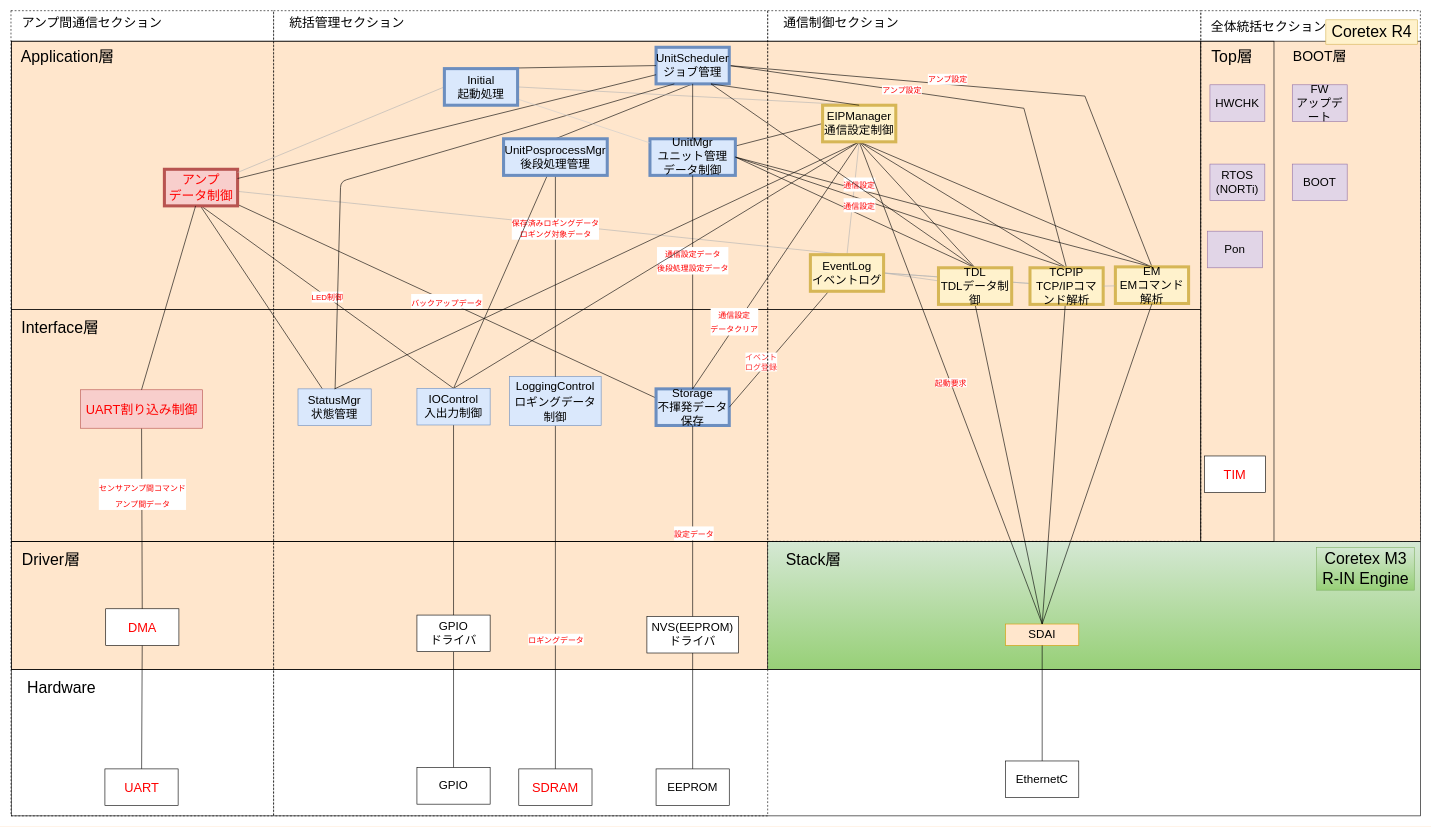
Above: page "RevG_NewスマNWU静的構造_完全版" (1 of 4) of NWユニット_アーキテクチャ図.drawio in YutaSuzukiGARI/nwunit (draw.io), before the change. Source tidied: cells renumbered, new cells numbered last; positions are measured from the earlier drawing's top-left corner, leaving out a move shared by most shapes. Both pictures are drawn from the tidied source at 61%, with x=0, y=0 at pixel (11, 10).
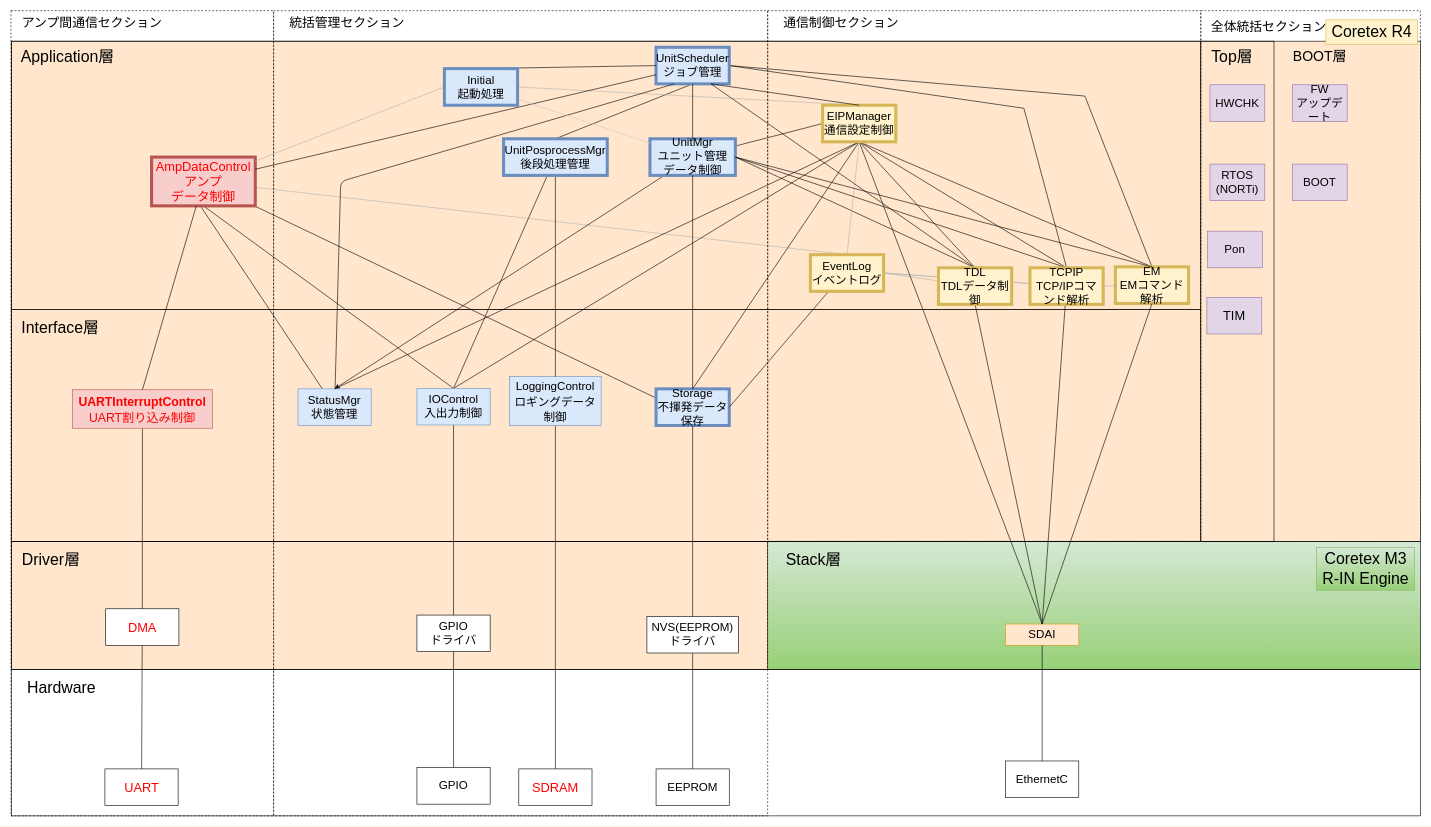
Above is the later version.

The change refers to these unchanged cells:
```xml
<mxCell id="17" style="edgeStyle=none;rounded=0;jettySize=auto;html=1;entryX=0.5;entryY=0;entryDx=0;entryDy=0;endArrow=none;endFill=0;exitX=1;exitY=0.5;exitDx=0;exitDy=0;fontSize=19;strokeColor=default;labelBackgroundColor=default;fontColor=default;" parent="1" edge="1" source="31" target="103">
  <mxGeometry relative="1" as="geometry">
    <Array as="points">
      <mxPoint x="1660" y="160" />
    </Array>
  </mxGeometry>
</mxCell>
<mxCell id="21" value="UnitMgr&lt;br style=&quot;font-size: 19px&quot;&gt;ユニット管理&lt;br&gt;データ制御" style="rounded=0;whiteSpace=wrap;html=1;fillColor=#dae8fc;strokeColor=#6c8ebf;fontSize=19;strokeWidth=5;fontColor=default;" parent="1" vertex="1">
  <mxGeometry x="1047" y="210" width="140" height="60" as="geometry" />
</mxCell>
<mxCell id="22" value="StatusMgr&lt;br style=&quot;font-size: 19px&quot;&gt;状態管理" style="rounded=0;whiteSpace=wrap;html=1;fillColor=#dae8fc;strokeColor=#6c8ebf;fontSize=19;fontColor=default;" parent="1" vertex="1">
  <mxGeometry x="470" y="620" width="120" height="60" as="geometry" />
</mxCell>
<mxCell id="27" value="EM&lt;br style=&quot;font-size: 19px;&quot;&gt;EMコマンド解析" style="rounded=0;whiteSpace=wrap;html=1;fillColor=#fff2cc;strokeColor=#d6b656;fontSize=19;strokeWidth=5;fontColor=default;" parent="1" vertex="1">
  <mxGeometry x="1810" y="420" width="120" height="60" as="geometry" />
</mxCell>
<mxCell id="28" value="SDAI" style="rounded=0;whiteSpace=wrap;html=1;fillColor=#ffe6cc;strokeColor=#d79b00;fontSize=19;fontColor=default;" parent="1" vertex="1">
  <mxGeometry x="1630" y="1005.5" width="120" height="35" as="geometry" />
</mxCell>
<mxCell id="29" value="Storage&lt;br style=&quot;font-size: 19px&quot;&gt;不揮発データ保存" style="rounded=0;whiteSpace=wrap;html=1;fillColor=#dae8fc;strokeColor=#6c8ebf;fontSize=19;strokeWidth=5;fontColor=default;" parent="1" vertex="1">
  <mxGeometry x="1057" y="620" width="120" height="60" as="geometry" />
</mxCell>
<mxCell id="31" value="UnitScheduler&lt;br style=&quot;font-size: 19px;&quot;&gt;ジョブ管理" style="rounded=0;whiteSpace=wrap;html=1;fillColor=#dae8fc;strokeColor=#6c8ebf;fontSize=19;strokeWidth=5;" parent="1" vertex="1">
  <mxGeometry x="1057" y="60" width="120" height="60" as="geometry" />
</mxCell>
<mxCell id="37" style="endArrow=none;html=1;endFill=0;fontSize=19;" parent="1" edge="1" source="29" target="36">
  <mxGeometry relative="1" as="geometry" />
</mxCell>
<mxCell id="58" style="edgeStyle=none;rounded=0;jettySize=auto;html=1;endArrow=none;endFill=0;fontSize=21;" parent="1" edge="1" source="60" target="65">
  <mxGeometry relative="1" as="geometry" />
</mxCell>
<mxCell id="60" value="&lt;font style=&quot;font-size: 19px&quot;&gt;LoggingControl&lt;br&gt;ロギングデータ&lt;br&gt;制御&lt;/font&gt;" style="rounded=0;whiteSpace=wrap;html=1;fillColor=#dae8fc;strokeColor=#6c8ebf;fontSize=21;" parent="1" vertex="1">
  <mxGeometry x="817" y="600" width="150" height="80" as="geometry" />
</mxCell>
<mxCell id="61" style="edgeStyle=none;rounded=0;jettySize=auto;html=1;endArrow=none;endFill=0;fontSize=21;" parent="1" edge="1" source="51" target="72">
  <mxGeometry relative="1" as="geometry" />
</mxCell>
<mxCell id="85" value="EventLog&lt;br&gt;イベントログ" style="rounded=0;whiteSpace=wrap;html=1;fillColor=#fff2cc;strokeColor=#d6b656;fontSize=19;strokeWidth=5;fontColor=default;" parent="1" vertex="1">
  <mxGeometry x="1310" y="400" width="120" height="60" as="geometry" />
</mxCell>
<mxCell id="90" value="UnitPosprocessMgr&lt;br&gt;後段処理管理" style="rounded=0;whiteSpace=wrap;html=1;fillColor=#dae8fc;strokeColor=#6c8ebf;fontSize=19;strokeWidth=5;fontColor=default;" parent="1" vertex="1">
  <mxGeometry x="807" y="210" width="170" height="60" as="geometry" />
</mxCell>
<mxCell id="96" value="EIPManager&lt;br style=&quot;font-size: 19px;&quot;&gt;通信設定制御" style="rounded=0;whiteSpace=wrap;html=1;fillColor=#fff2cc;strokeColor=#d6b656;fontSize=19;strokeWidth=5;fontColor=default;" parent="1" vertex="1">
  <mxGeometry x="1330" y="155" width="120" height="60" as="geometry" />
</mxCell>
<mxCell id="103" value="&lt;font style=&quot;font-size: 19px;&quot;&gt;TCPIP&lt;br style=&quot;font-size: 19px;&quot;&gt;TCP/IPコマンド解析&lt;/font&gt;" style="rounded=0;whiteSpace=wrap;html=1;fillColor=#fff2cc;strokeColor=#d6b656;fontSize=19;strokeWidth=5;fontColor=default;" parent="1" vertex="1">
  <mxGeometry x="1670" y="421.5" width="120" height="60" as="geometry" />
</mxCell>
<mxCell id="109" value="IOControl&lt;br style=&quot;font-size: 19px&quot;&gt;入出力制御" style="rounded=0;whiteSpace=wrap;html=1;fillColor=#dae8fc;strokeColor=#6c8ebf;fontSize=19;fontColor=default;" parent="1" vertex="1">
  <mxGeometry x="665" y="619.2" width="120" height="60" as="geometry" />
</mxCell>
```

Diff of the diagram source:
```diff
@@
-    <mxCell id="13" value="&lt;font color=&quot;#ff0000&quot; style=&quot;font-size: 13px&quot;&gt;LED制御&lt;/font&gt;" style="edgeStyle=none;rounded=0;jettySize=auto;html=1;entryX=0.5;entryY=0;entryDx=0;entryDy=0;fontSize=15;fontColor=#CC0000;endArrow=none;endFill=0;strokeColor=#000000;exitX=0.5;exitY=1;exitDx=0;exitDy=0;labelBackgroundColor=default;" parent="1" edge="1" source="16" target="109">
+    <mxCell id="13" style="edgeStyle=none;rounded=0;jettySize=auto;html=1;entryX=0.5;entryY=0;entryDx=0;entryDy=0;fontSize=15;fontColor=#CC0000;endArrow=none;endFill=0;strokeColor=#000000;exitX=0.5;exitY=1;exitDx=0;exitDy=0;labelBackgroundColor=default;" parent="1" edge="1" source="16" target="109">
       <mxGeometry relative="1" as="geometry" />
     </mxCell>
@@
-    <mxCell id="15" value="&lt;font color=&quot;#ff0000&quot; style=&quot;font-size: 13px&quot;&gt;バックアップデータ&lt;/font&gt;" style="edgeStyle=none;rounded=0;jettySize=auto;html=1;entryX=0;entryY=0.25;entryDx=0;entryDy=0;labelBackgroundColor=default;fontSize=20;fontColor=default;endArrow=none;endFill=0;strokeColor=default;" parent="1" edge="1" source="16" target="29">
-      <mxGeometry relative="1" as="geometry" />
+    <mxCell id="15" style="edgeStyle=none;rounded=0;jettySize=auto;html=1;entryX=0;entryY=0.25;entryDx=0;entryDy=0;labelBackgroundColor=default;fontSize=20;fontColor=default;endArrow=none;endFill=0;strokeColor=default;" parent="1" edge="1" source="16" target="29">
+      <mxGeometry x="-0.07" y="-14" relative="1" as="geometry" />
     </mxCell>
-    <mxCell id="16" value="アンプ&lt;br&gt;データ制御" style="rounded=0;whiteSpace=wrap;html=1;fillColor=#f8cecc;strokeColor=#b85450;fontColor=#FF0000;fontSize=21;strokeWidth=5;" parent="1" vertex="1">
-      <mxGeometry x="251" y="260" width="120" height="60" as="geometry" />
+    <mxCell id="16" value="AmpDataControl&lt;br&gt;アンプ&lt;br&gt;データ制御" style="rounded=0;whiteSpace=wrap;html=1;fillColor=#f8cecc;strokeColor=#b85450;fontColor=#FF0000;fontSize=21;strokeWidth=5;" parent="1" vertex="1">
+      <mxGeometry x="230" y="240" width="170" height="80" as="geometry" />
     </mxCell>
@@
-    <mxCell id="18" value="&lt;font style=&quot;font-size: 13px&quot;&gt;アンプ設定&lt;/font&gt;" style="edgeLabel;html=1;align=center;verticalAlign=middle;fontColor=#FF0000;labelBackgroundColor=default;" parent="17" vertex="1">
-      <mxGeometry x="-0.25" y="2" relative="1" as="geometry">
-        <mxPoint y="1" as="offset" />
-      </mxGeometry>
-    </mxCell>
@@
+    <mxCell id="111" style="rounded=0;jettySize=auto;html=1;entryX=0.5;entryY=0;entryDx=0;entryDy=0;fontSize=20;" parent="1" edge="1" source="21" target="22">
+      <mxGeometry relative="1" as="geometry" />
+    </mxCell>
@@
-    <mxCell id="25" value="&lt;font style=&quot;font-size: 13px&quot;&gt;アンプ設定&lt;/font&gt;" style="edgeStyle=none;rounded=0;jettySize=auto;html=1;exitX=0.5;exitY=0;exitDx=0;exitDy=0;entryX=1;entryY=0.5;entryDx=0;entryDy=0;fontSize=15;fontColor=#FF0000;endArrow=none;endFill=0;strokeColor=#000000;labelBackgroundColor=default;" parent="1" edge="1" source="27" target="31">
+    <mxCell id="25" style="edgeStyle=none;rounded=0;jettySize=auto;html=1;exitX=0.5;exitY=0;exitDx=0;exitDy=0;entryX=1;entryY=0.5;entryDx=0;entryDy=0;fontSize=15;fontColor=#FF0000;endArrow=none;endFill=0;strokeColor=#000000;labelBackgroundColor=default;" parent="1" edge="1" source="27" target="31">
       <mxGeometry x="0.19" y="-9" relative="1" as="geometry">
         <Array as="points">
           <mxPoint x="1760" y="140" />
         </Array>
       </mxGeometry>
     </mxCell>
@@
-    <mxCell id="38" value="&lt;font style=&quot;font-size: 13px&quot;&gt;設定データ&lt;/font&gt;" style="edgeLabel;html=1;align=center;verticalAlign=middle;fontColor=#FF0000;fontSize=19;" parent="37" vertex="1">
-      <mxGeometry x="0.15" y="5" relative="1" as="geometry">
-        <mxPoint x="-3.9" y="-3.6" as="offset" />
-      </mxGeometry>
-    </mxCell>
-    <mxCell id="39" value="&lt;font style=&quot;font-size: 13px&quot;&gt;通信設定データ&lt;br&gt;後段処理設定データ&lt;br&gt;&lt;/font&gt;" style="endArrow=none;html=1;entryX=0.5;entryY=1;entryDx=0;entryDy=0;endFill=0;fontSize=19;exitX=0.5;exitY=0;exitDx=0;exitDy=0;fontColor=#FF0000;labelBackgroundColor=default;strokeColor=default;" parent="1" edge="1" source="29" target="21">
+    <mxCell id="39" value="&lt;font style=&quot;font-size: 13px&quot;&gt;&lt;br&gt;&lt;/font&gt;" style="endArrow=none;html=1;entryX=0.5;entryY=1;entryDx=0;entryDy=0;endFill=0;fontSize=19;exitX=0.5;exitY=0;exitDx=0;exitDy=0;fontColor=#FF0000;labelBackgroundColor=default;strokeColor=default;" parent="1" edge="1" source="29" target="21">
       <mxGeometry x="0.2" relative="1" as="geometry" />
     </mxCell>
@@
-    <mxCell id="42" value="&lt;font style=&quot;font-size: 13px&quot;&gt;通信設定&lt;/font&gt;" style="endArrow=none;html=1;exitX=1;exitY=0.5;exitDx=0;exitDy=0;endFill=0;entryX=0.5;entryY=0;entryDx=0;entryDy=0;fontSize=19;strokeColor=default;labelBackgroundColor=default;fontColor=#FF0000;" parent="1" edge="1" source="21" target="27">
+    <mxCell id="42" style="endArrow=none;html=1;exitX=1;exitY=0.5;exitDx=0;exitDy=0;endFill=0;entryX=0.5;entryY=0;entryDx=0;entryDy=0;fontSize=19;strokeColor=default;labelBackgroundColor=default;fontColor=#FF0000;" parent="1" edge="1" source="21" target="27">
       <mxGeometry x="-0.41" y="8" relative="1" as="geometry" />
     </mxCell>
@@
-    <mxCell id="59" value="&lt;font style=&quot;font-size: 13px&quot;&gt;ロギングデータ&lt;/font&gt;" style="edgeLabel;html=1;align=center;verticalAlign=middle;fontColor=#FF0000;fontSize=16;labelBackgroundColor=default;" parent="58" vertex="1">
-      <mxGeometry x="0.12" y="1" relative="1" as="geometry">
-        <mxPoint x="-1" y="35" as="offset" />
-      </mxGeometry>
-    </mxCell>
@@
-    <mxCell id="62" value="&lt;font style=&quot;font-size: 13px&quot;&gt;センサアンプ間コマンド&lt;br&gt;アンプ間データ&lt;/font&gt;" style="edgeLabel;html=1;align=center;verticalAlign=middle;fontColor=#FF0000;fontSize=21;" parent="61" vertex="1">
-      <mxGeometry x="-0.17" y="3" relative="1" as="geometry">
-        <mxPoint x="3" y="-64.7" as="offset" />
-      </mxGeometry>
-    </mxCell>
@@
-    <mxCell id="72" value="UART割り込み制御" style="rounded=0;whiteSpace=wrap;html=1;fillColor=#f8cecc;strokeColor=#b85450;fontColor=#FF0000;fontSize=21;" parent="1" vertex="1">
-      <mxGeometry x="113.5" y="621.5" width="200" height="63" as="geometry" />
+    <mxCell id="72" value="&lt;font style=&quot;font-size: 20px&quot;&gt;&lt;b&gt;&lt;span lang=&quot;EN-US&quot;&gt;UARTInterruptControl&lt;/span&gt;&lt;/b&gt;&lt;br&gt;UART割り込み制御&lt;/font&gt;" style="rounded=0;whiteSpace=wrap;html=1;fillColor=#f8cecc;strokeColor=#b85450;fontColor=#FF0000;fontSize=21;" parent="1" vertex="1">
+      <mxGeometry x="100" y="621.5" width="230" height="63" as="geometry" />
     </mxCell>
@@
-    <mxCell id="80" value="&lt;font style=&quot;font-size: 13px&quot;&gt;通信設定&lt;/font&gt;" style="endArrow=none;html=1;exitX=1;exitY=0.5;exitDx=0;exitDy=0;endFill=0;entryX=0.5;entryY=0;entryDx=0;entryDy=0;fontSize=19;strokeColor=default;labelBackgroundColor=default;fontColor=#FF0000;" parent="1" edge="1" source="21" target="103">
+    <mxCell id="80" style="endArrow=none;html=1;exitX=1;exitY=0.5;exitDx=0;exitDy=0;endFill=0;entryX=0.5;entryY=0;entryDx=0;entryDy=0;fontSize=19;strokeColor=default;labelBackgroundColor=default;fontColor=#FF0000;" parent="1" edge="1" source="21" target="103">
       <mxGeometry x="-0.24" y="-11" relative="1" as="geometry">
         <mxPoint y="-1" as="offset" />
       </mxGeometry>
     </mxCell>
-    <mxCell id="81" value="&lt;font style=&quot;font-size: 13px&quot;&gt;通信設定&lt;br&gt;データクリア&lt;/font&gt;" style="endArrow=none;html=1;endFill=0;fontColor=#FF0000;fontSize=19;entryX=0.5;entryY=0;entryDx=0;entryDy=0;exitX=0.5;exitY=1;exitDx=0;exitDy=0;" parent="1" edge="1" source="96" target="29">
+    <mxCell id="81" style="endArrow=none;html=1;endFill=0;fontColor=#FF0000;fontSize=19;entryX=0.5;entryY=0;entryDx=0;entryDy=0;exitX=0.5;exitY=1;exitDx=0;exitDy=0;" parent="1" edge="1" source="96" target="29">
       <mxGeometry x="0.47" y="-5" relative="1" as="geometry" />
     </mxCell>
@@
-    <mxCell id="84" value="&lt;font style=&quot;font-size: 13px&quot;&gt;イベント&lt;br&gt;ログ登録&lt;/font&gt;" style="edgeStyle=none;rounded=0;jettySize=auto;html=1;entryX=1;entryY=0.5;entryDx=0;entryDy=0;endArrow=none;endFill=0;fontColor=#FF3333;strokeColor=#000000;exitX=0.25;exitY=1;exitDx=0;exitDy=0;" parent="1" edge="1" source="85" target="29">
+    <mxCell id="84" style="edgeStyle=none;rounded=0;jettySize=auto;html=1;entryX=1;entryY=0.5;entryDx=0;entryDy=0;endArrow=none;endFill=0;fontColor=#FF3333;strokeColor=#000000;exitX=0.25;exitY=1;exitDx=0;exitDy=0;" parent="1" edge="1" source="85" target="29">
       <mxGeometry x="0.28" y="-10" relative="1" as="geometry">
         <mxPoint x="1" y="1" as="offset" />
       </mxGeometry>
     </mxCell>
@@
-    <mxCell id="88" value="&lt;font style=&quot;font-size: 13px&quot;&gt;&lt;span style=&quot;color: rgb(255 , 0 , 0)&quot;&gt;保存済みロギングデータ&lt;/span&gt;&lt;br style=&quot;color: rgb(255 , 0 , 0)&quot;&gt;&lt;span style=&quot;color: rgb(255 , 0 , 0)&quot;&gt;ロギング対象データ&lt;/span&gt;&lt;/font&gt;" style="edgeStyle=none;rounded=0;jettySize=auto;html=1;entryX=0.5;entryY=0;entryDx=0;entryDy=0;fontSize=15;fontColor=#CC0000;endArrow=none;endFill=0;strokeColor=#000000;" parent="1" edge="1" source="90" target="60">
+    <mxCell id="88" style="edgeStyle=none;rounded=0;jettySize=auto;html=1;entryX=0.5;entryY=0;entryDx=0;entryDy=0;fontSize=15;fontColor=#CC0000;endArrow=none;endFill=0;strokeColor=#000000;" parent="1" edge="1" source="90" target="60">
       <mxGeometry x="-0.47" relative="1" as="geometry" />
     </mxCell>
@@
-    <mxCell id="93" value="&lt;font color=&quot;#ff0000&quot;&gt;起動要求&lt;/font&gt;" style="edgeStyle=none;rounded=0;jettySize=auto;html=1;entryX=0.5;entryY=0;entryDx=0;entryDy=0;labelBackgroundColor=default;fontSize=13;fontColor=default;endArrow=none;endFill=0;strokeColor=default;exitX=0.5;exitY=1;exitDx=0;exitDy=0;" parent="1" edge="1" source="96" target="28">
+    <mxCell id="93" style="edgeStyle=none;rounded=0;jettySize=auto;html=1;entryX=0.5;entryY=0;entryDx=0;entryDy=0;labelBackgroundColor=default;fontSize=13;fontColor=default;endArrow=none;endFill=0;strokeColor=default;exitX=0.5;exitY=1;exitDx=0;exitDy=0;" parent="1" edge="1" source="96" target="28">
       <mxGeometry relative="1" as="geometry" />
     </mxCell>
@@
-    <mxCell id="110" value="TIM" style="rounded=0;whiteSpace=wrap;html=1;fontColor=#FF0000;fontSize=21;" parent="1" vertex="1">
-      <mxGeometry x="1956" y="730" width="100" height="60" as="geometry" />
+    <mxCell id="110" value="TIM" style="rounded=0;whiteSpace=wrap;html=1;fontSize=21;fillColor=#e1d5e7;strokeColor=#9673a6;" parent="1" vertex="1">
+      <mxGeometry x="1960" y="470" width="90" height="60" as="geometry" />
     </mxCell>
```
